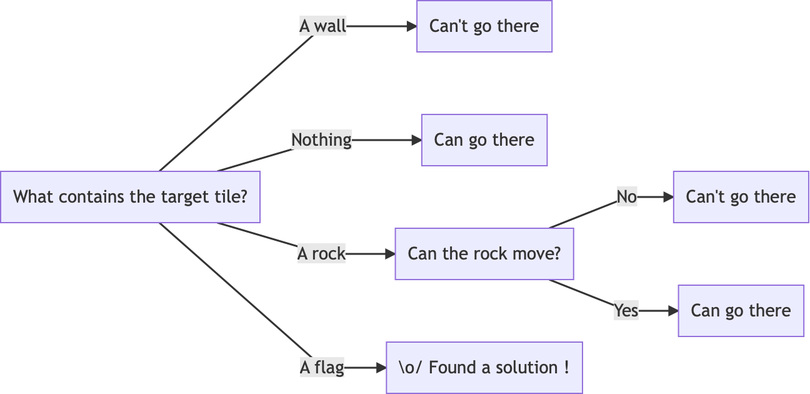
This is brouillons/baba-is-you-5/graph1.png from archiloque/blog, a Mermaid export, as it was before one commit. Its source is kept beside it as brouillons/baba-is-you-5/graph1.mmd.
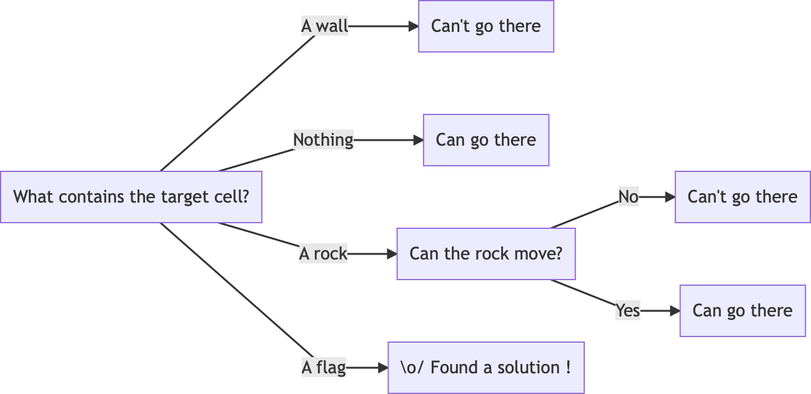
Above is the later version.

Diff of the diagram source:
```diff
@@ -1,6 +1,6 @@
 graph LR
 
-Start[What contains the target tile?]
+Start[What contains the target cell?]
 NoWall[Can't go there]
 Nothing[Can go there]
 Rock[Can the rock move?]
```
